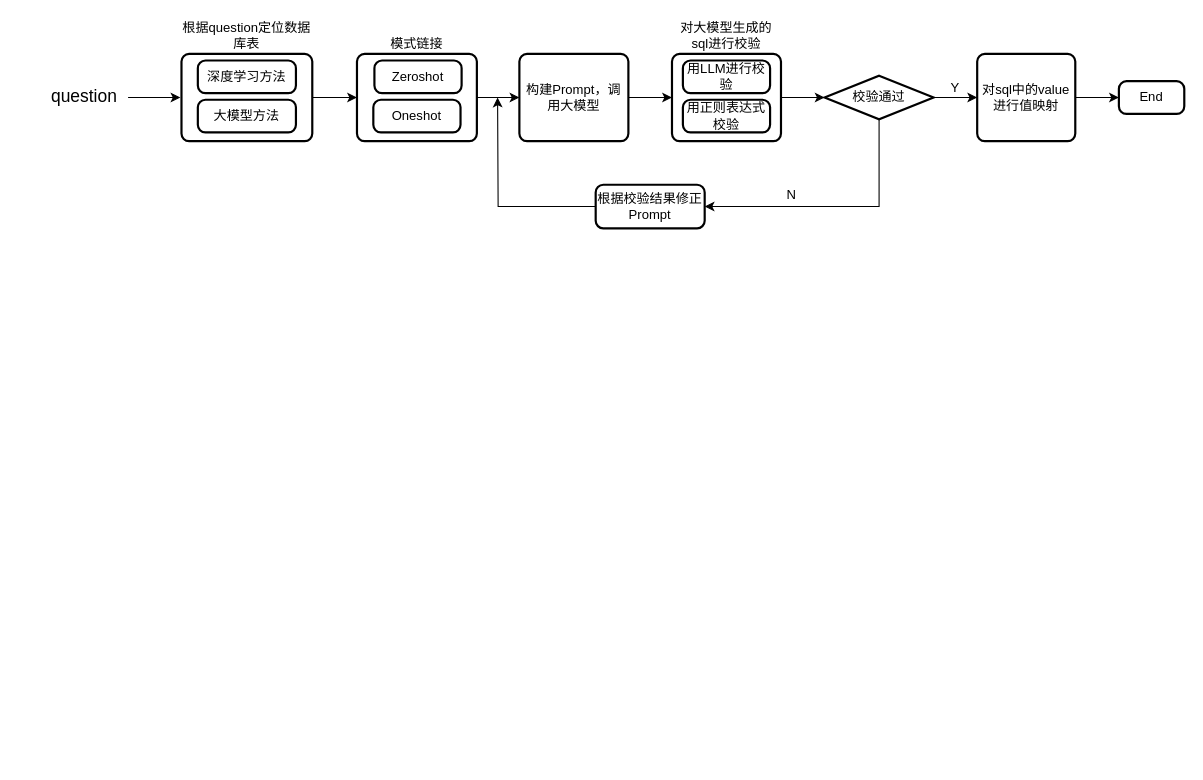
Before: NL2SQL_LLM.drawio in CindyZX/drawio_figures, a draw.io diagram. Source tidied: cells renumbered, new cells numbered last; positions are measured from the earlier drawing's top-left corner, leaving out a move shared by most shapes. Both pictures are drawn from the tidied source at 109%, with x=0, y=0 at pixel (46, 53).
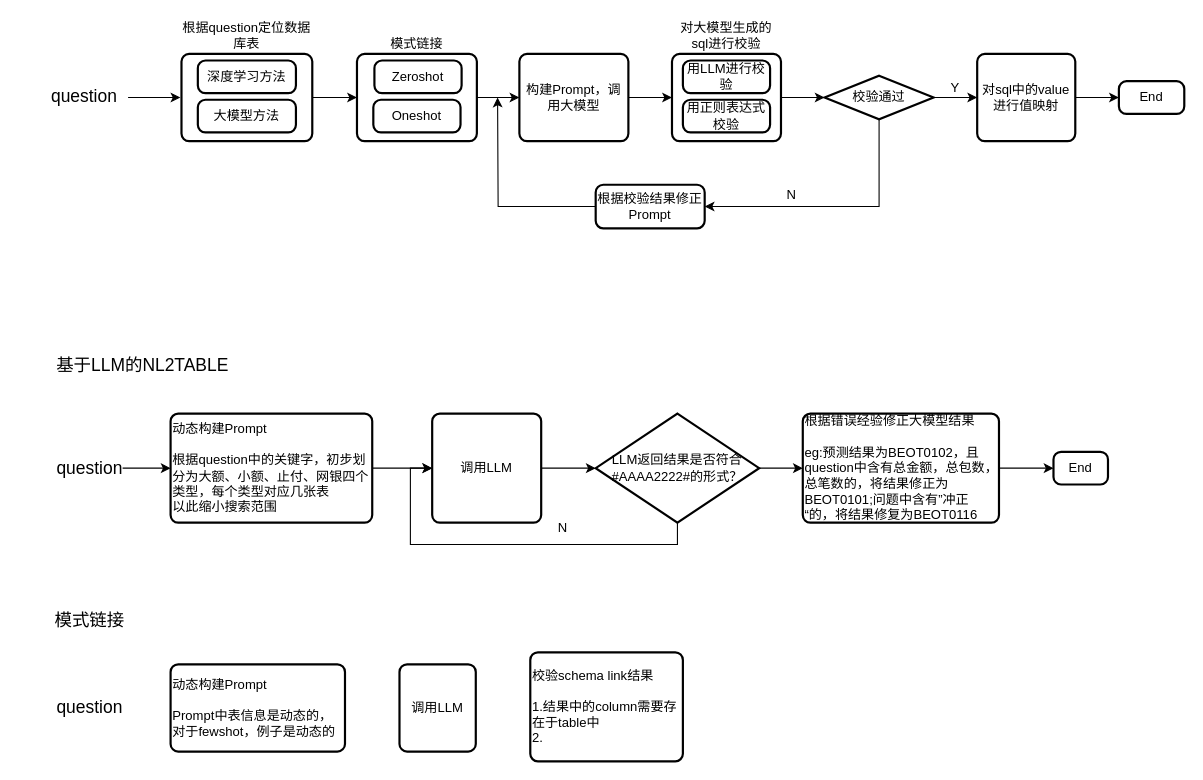
The same page after the edit.

Change to the diagram source:
```diff
@@
+    <mxCell id="28" value="&lt;font style=&quot;font-size: 16px;&quot;&gt;基于LLM的NL2TABLE&lt;/font&gt;" style="text;html=1;strokeColor=none;fillColor=none;align=center;verticalAlign=middle;whiteSpace=wrap;rounded=0;fontSize=15;" parent="1" vertex="1">
+      <mxGeometry x="-16" y="270" width="209" height="30" as="geometry" />
+    </mxCell>
+    <mxCell id="29" style="edgeStyle=orthogonalEdgeStyle;rounded=0;jettySize=auto;html=1;exitX=1;exitY=0.5;exitDx=0;exitDy=0;entryX=0;entryY=0.5;entryDx=0;entryDy=0;" parent="1" edge="1" source="30" target="32">
+      <mxGeometry relative="1" as="geometry" />
+    </mxCell>
+    <mxCell id="30" value="&lt;font style=&quot;font-size: 16px;&quot;&gt;question&lt;/font&gt;" style="text;html=1;strokeColor=none;fillColor=none;align=center;verticalAlign=middle;whiteSpace=wrap;rounded=0;" parent="1" vertex="1">
+      <mxGeometry x="10" y="365" width="60" height="30" as="geometry" />
+    </mxCell>
+    <mxCell id="31" style="edgeStyle=orthogonalEdgeStyle;rounded=0;jettySize=auto;html=1;exitX=1;exitY=0.5;exitDx=0;exitDy=0;entryX=0;entryY=0.5;entryDx=0;entryDy=0;" parent="1" edge="1" source="32" target="33">
+      <mxGeometry relative="1" as="geometry" />
+    </mxCell>
+    <mxCell id="32" value="动态构建Prompt&lt;br&gt;&lt;br&gt;根据question中的关键字，初步划分为大额、小额、止付、网银四个类型，每个类型对应几张表&lt;br&gt;以此缩小搜索范围" style="rounded=1;whiteSpace=wrap;html=1;absoluteArcSize=1;arcSize=14;strokeWidth=2;align=left;" parent="1" vertex="1">
+      <mxGeometry x="114" y="330" width="185" height="100" as="geometry" />
+    </mxCell>
+    <mxCell id="33" value="调用LLM" style="rounded=1;whiteSpace=wrap;html=1;absoluteArcSize=1;arcSize=14;strokeWidth=2;" parent="1" vertex="1">
+      <mxGeometry x="354" y="330" width="100" height="100" as="geometry" />
+    </mxCell>
+    <mxCell id="34" style="edgeStyle=orthogonalEdgeStyle;rounded=0;jettySize=auto;html=1;exitX=0.5;exitY=1;exitDx=0;exitDy=0;exitPerimeter=0;entryX=0;entryY=0.5;entryDx=0;entryDy=0;" parent="1" edge="1" source="36" target="33">
+      <mxGeometry relative="1" as="geometry">
+        <Array as="points">
+          <mxPoint x="579" y="450" />
+          <mxPoint x="334" y="450" />
+          <mxPoint x="334" y="380" />
+        </Array>
+      </mxGeometry>
+    </mxCell>
+    <mxCell id="35" style="edgeStyle=orthogonalEdgeStyle;rounded=0;jettySize=auto;html=1;exitX=1;exitY=0.5;exitDx=0;exitDy=0;exitPerimeter=0;entryX=0;entryY=0.5;entryDx=0;entryDy=0;" parent="1" edge="1" source="36" target="40">
+      <mxGeometry relative="1" as="geometry" />
+    </mxCell>
+    <mxCell id="36" value="LLM返回结果是否符合#AAAA2222#的形式？" style="strokeWidth=2;html=1;shape=mxgraph.flowchart.decision;whiteSpace=wrap;" parent="1" vertex="1">
+      <mxGeometry x="504" y="330" width="150" height="100" as="geometry" />
+    </mxCell>
+    <mxCell id="37" style="edgeStyle=orthogonalEdgeStyle;rounded=0;jettySize=auto;html=1;exitX=1;exitY=0.5;exitDx=0;exitDy=0;entryX=0;entryY=0.5;entryDx=0;entryDy=0;entryPerimeter=0;" parent="1" edge="1" source="33" target="36">
+      <mxGeometry relative="1" as="geometry" />
+    </mxCell>
+    <mxCell id="38" value="N" style="text;html=1;strokeColor=none;fillColor=none;align=center;verticalAlign=middle;whiteSpace=wrap;rounded=0;" parent="1" vertex="1">
+      <mxGeometry x="464" y="420" width="20" height="30" as="geometry" />
+    </mxCell>
+    <mxCell id="39" style="edgeStyle=orthogonalEdgeStyle;rounded=0;jettySize=auto;html=1;exitX=1;exitY=0.5;exitDx=0;exitDy=0;" parent="1" edge="1" source="40" target="41">
+      <mxGeometry relative="1" as="geometry" />
+    </mxCell>
+    <mxCell id="40" value="根据错误经验修正大模型结果&lt;br&gt;&lt;div style=&quot;&quot;&gt;&lt;br&gt;&lt;/div&gt;&lt;div style=&quot;&quot;&gt;eg:预测结果为BEOT0102，且question中含有总金额，总包数，总笔数的，将结果修正为BEOT0101;问题中含有”冲正“的，将结果修复为BEOT0116&lt;/div&gt;" style="rounded=1;whiteSpace=wrap;html=1;absoluteArcSize=1;arcSize=14;strokeWidth=2;align=left;" parent="1" vertex="1">
+      <mxGeometry x="694" y="330" width="180" height="100" as="geometry" />
+    </mxCell>
+    <mxCell id="41" value="End" style="rounded=1;whiteSpace=wrap;html=1;absoluteArcSize=1;arcSize=14;strokeWidth=2;" parent="1" vertex="1">
+      <mxGeometry x="924" y="365" width="50" height="30" as="geometry" />
+    </mxCell>
+    <mxCell id="42" value="&lt;font style=&quot;font-size: 16px;&quot;&gt;模式链接&lt;/font&gt;" style="text;html=1;strokeColor=none;fillColor=none;align=center;verticalAlign=middle;whiteSpace=wrap;rounded=0;fontSize=15;" parent="1" vertex="1">
+      <mxGeometry x="-25" y="504" width="130" height="30" as="geometry" />
+    </mxCell>
+    <mxCell id="43" value="&lt;font style=&quot;font-size: 16px;&quot;&gt;question&lt;/font&gt;" style="text;html=1;strokeColor=none;fillColor=none;align=center;verticalAlign=middle;whiteSpace=wrap;rounded=0;" parent="1" vertex="1">
+      <mxGeometry x="10" y="584" width="60" height="30" as="geometry" />
+    </mxCell>
+    <mxCell id="44" value="动态构建Prompt&lt;br&gt;&lt;br&gt;&lt;div style=&quot;&quot;&gt;Prompt中表信息是动态的，对于fewshot，例子是动态的&lt;/div&gt;" style="rounded=1;whiteSpace=wrap;html=1;absoluteArcSize=1;arcSize=14;strokeWidth=2;align=left;" parent="1" vertex="1">
+      <mxGeometry x="114" y="560" width="160" height="80" as="geometry" />
+    </mxCell>
+    <mxCell id="45" value="调用LLM" style="rounded=1;whiteSpace=wrap;html=1;absoluteArcSize=1;arcSize=14;strokeWidth=2;" parent="1" vertex="1">
+      <mxGeometry x="324" y="560" width="70" height="80" as="geometry" />
+    </mxCell>
+    <mxCell id="46" value="校验schema link结果&lt;br&gt;&lt;br&gt;1.结果中的column需要存在于table中&lt;br&gt;2." style="rounded=1;whiteSpace=wrap;html=1;absoluteArcSize=1;arcSize=14;strokeWidth=2;align=left;" parent="1" vertex="1">
+      <mxGeometry x="444" y="549" width="140" height="100" as="geometry" />
+    </mxCell>
```
